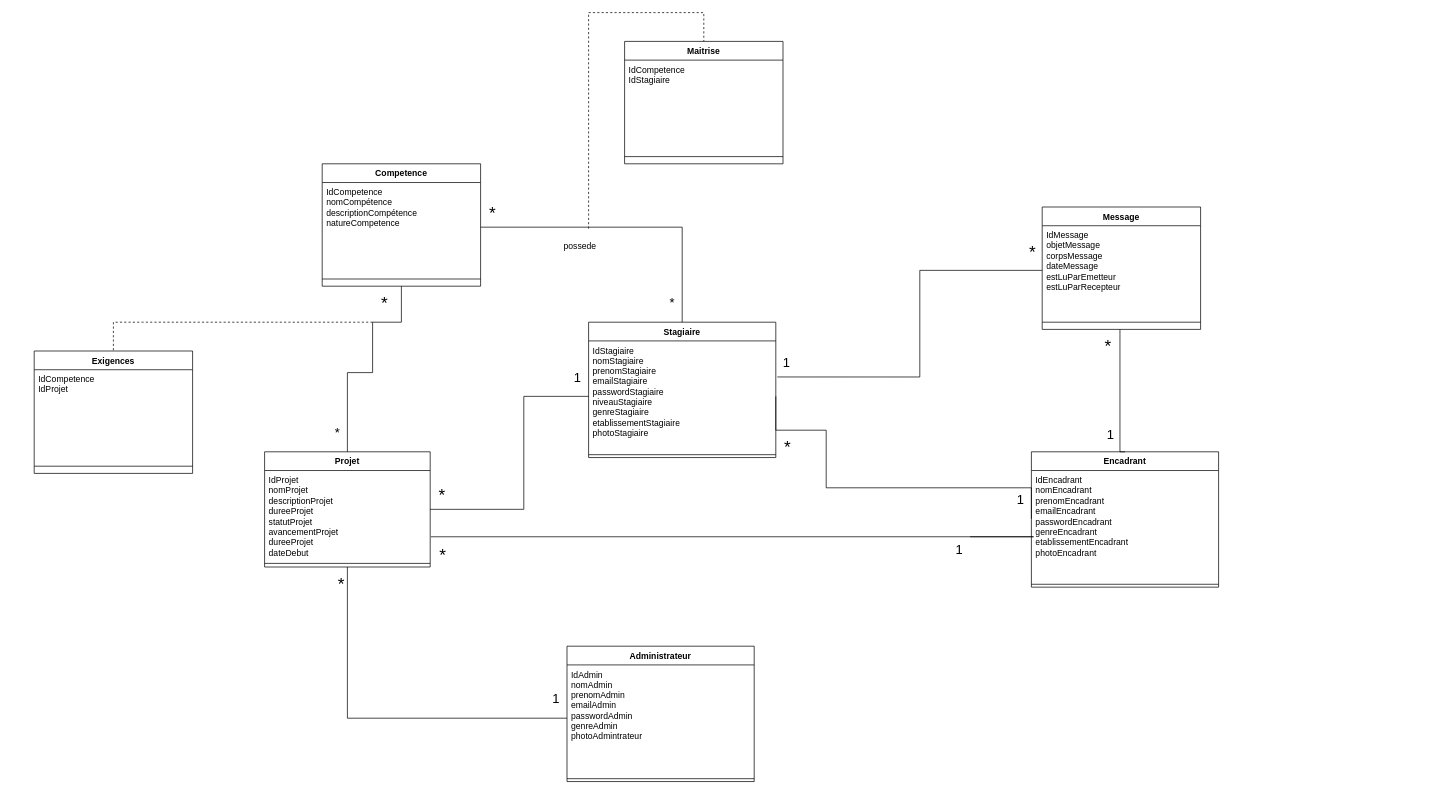
This is digrams/diagramme TT.drawio from mouhebmhd/stageBoard, a draw.io file, before an edit. Source tidied: cells renumbered, new cells numbered last; positions are measured from the earlier drawing's top-left corner, leaving out a move shared by most shapes. Both pictures are drawn from the tidied source at 72%, with x=0, y=0 at pixel (34, 12).
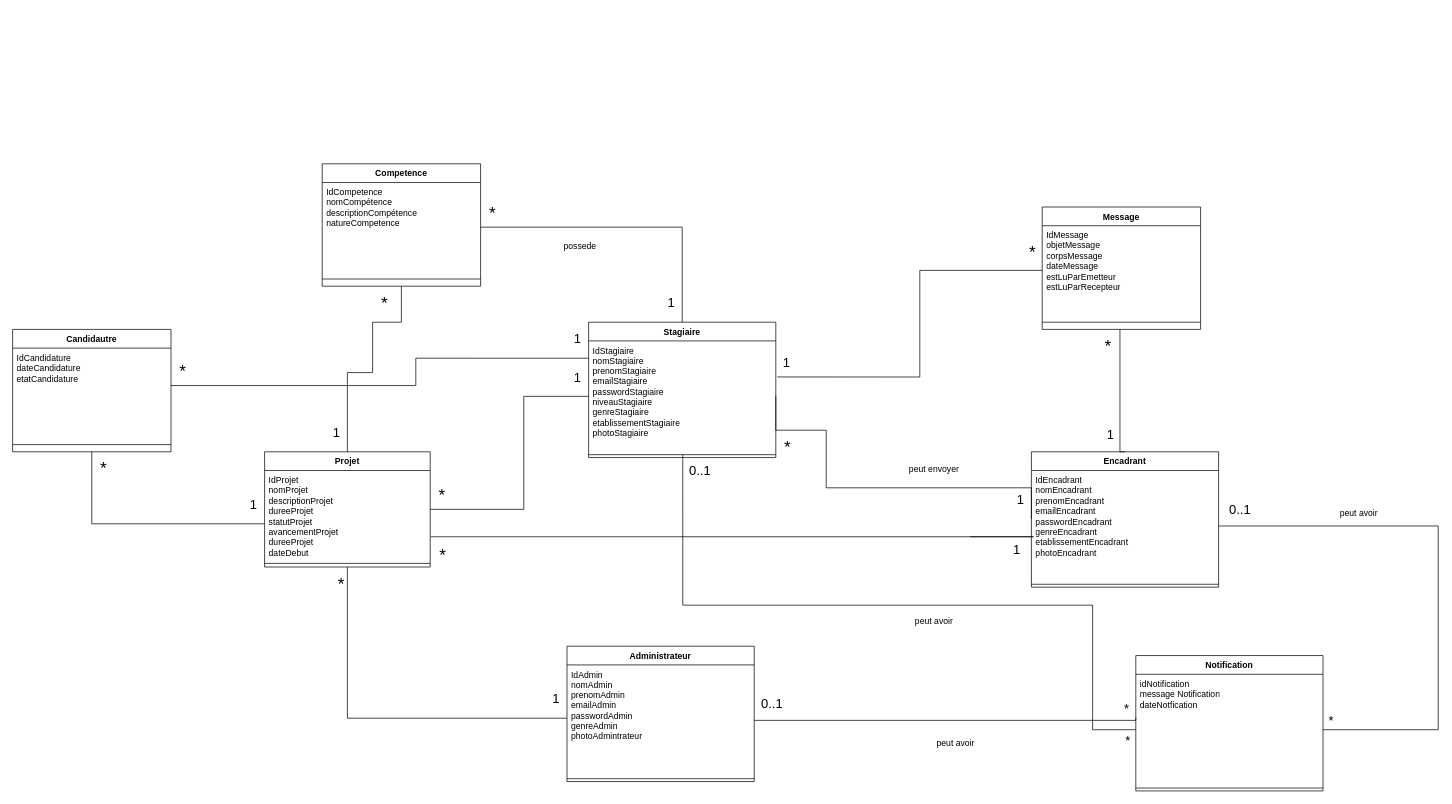
The same page after the edit.

Unchanged cells that the change refers to:
```xml
<mxCell id="3" value="IdStagiaire&lt;br&gt;nomStagiaire&lt;br&gt;prenomStagiaire&lt;br&gt;emailStagiaire&lt;br&gt;passwordStagiaire&lt;br&gt;niveauStagiaire&lt;br&gt;genreStagiaire&lt;br&gt;etablissementStagiaire&lt;br&gt;photoStagiaire&lt;br&gt;&lt;div&gt;&lt;br&gt;&lt;/div&gt;" style="text;strokeColor=none;fillColor=none;align=left;verticalAlign=top;spacingLeft=4;spacingRight=4;overflow=hidden;points=[[0,0.5],[1,0.5]];portConstraint=eastwest;whiteSpace=wrap;html=1;" parent="2" vertex="1">
  <mxGeometry y="26" width="260" height="154" as="geometry" />
</mxCell>
<mxCell id="6" value="IdAdmin&lt;br&gt;nomAdmin&lt;br&gt;prenomAdmin&lt;br&gt;emailAdmin&lt;br&gt;passwordAdmin&lt;br&gt;genreAdmin&lt;div&gt;photoAdmintrateur&lt;/div&gt;" style="text;strokeColor=none;fillColor=none;align=left;verticalAlign=top;spacingLeft=4;spacingRight=4;overflow=hidden;points=[[0,0.5],[1,0.5]];portConstraint=eastwest;whiteSpace=wrap;html=1;" parent="5" vertex="1">
  <mxGeometry y="26" width="260" height="154" as="geometry" />
</mxCell>
<mxCell id="9" value="IdEncadrant&lt;br&gt;nomEncadrant&lt;br&gt;prenomEncadrant&lt;br&gt;emailEncadrant&lt;br&gt;passwordEncadrant&lt;br&gt;genreEncadrant&lt;br&gt;etablissementEncadrant&lt;br&gt;photoEncadrant" style="text;strokeColor=none;fillColor=none;align=left;verticalAlign=top;spacingLeft=4;spacingRight=4;overflow=hidden;points=[[0,0.5],[1,0.5]];portConstraint=eastwest;whiteSpace=wrap;html=1;" parent="8" vertex="1">
  <mxGeometry y="26" width="260" height="154" as="geometry" />
</mxCell>
<mxCell id="29" style="endArrow=none;html=1;edgeStyle=orthogonalEdgeStyle;rounded=0;exitX=1.004;exitY=0.742;exitDx=0;exitDy=0;exitPerimeter=0;" parent="1" edge="1" source="12">
  <mxGeometry relative="1" as="geometry">
    <mxPoint x="1300" y="728" as="targetPoint" />
    <Array as="points">
      <mxPoint x="1388" y="728" />
    </Array>
  </mxGeometry>
</mxCell>
<mxCell id="38" style="endArrow=none;html=1;edgeStyle=orthogonalEdgeStyle;rounded=0;exitX=1;exitY=0.5;exitDx=0;exitDy=0;entryX=0.5;entryY=0;entryDx=0;entryDy=0;" parent="1" edge="1" source="36" target="2">
  <mxGeometry relative="1" as="geometry">
    <Array as="points">
      <mxPoint x="900" y="298" />
    </Array>
  </mxGeometry>
</mxCell>
<mxCell id="42" style="endArrow=none;html=1;edgeStyle=orthogonalEdgeStyle;rounded=0;exitX=0.5;exitY=1;exitDx=0;exitDy=0;entryX=0.5;entryY=0;entryDx=0;entryDy=0;" parent="1" edge="1" source="35" target="11">
  <mxGeometry relative="1" as="geometry">
    <Array as="points">
      <mxPoint x="510" y="430" />
      <mxPoint x="470" y="430" />
      <mxPoint x="470" y="500" />
      <mxPoint x="435" y="500" />
    </Array>
  </mxGeometry>
</mxCell>
```

What changed in the source:
```diff
@@
     <mxCell id="31" value="&lt;font style=&quot;font-size: 18px;&quot;&gt;1&lt;/font&gt;" style="edgeLabel;html=1;align=right;verticalAlign=bottom;" parent="29" vertex="1">
       <mxGeometry x="1" relative="1" as="geometry">
-        <mxPoint x="-10" y="32" as="offset" />
+        <mxPoint x="70" y="32" as="offset" />
       </mxGeometry>
     </mxCell>
@@
-    <mxCell id="40" value="&lt;font style=&quot;font-size: 18px;&quot;&gt;*&lt;/font&gt;" style="edgeLabel;html=1;align=right;verticalAlign=bottom;" parent="38" vertex="1">
+    <mxCell id="40" value="&lt;font style=&quot;font-size: 18px;&quot;&gt;1&lt;/font&gt;" style="edgeLabel;html=1;align=right;verticalAlign=bottom;" parent="38" vertex="1">
       <mxGeometry x="1" relative="1" as="geometry">
         <mxPoint x="-10" y="-13" as="offset" />
       </mxGeometry>
     </mxCell>
@@
-    <mxCell id="44" value="&lt;font style=&quot;font-size: 18px;&quot;&gt;*&lt;/font&gt;" style="edgeLabel;html=1;align=right;verticalAlign=bottom;" parent="42" vertex="1">
+    <mxCell id="44" value="&lt;font style=&quot;font-size: 18px;&quot;&gt;1&lt;/font&gt;" style="edgeLabel;html=1;align=right;verticalAlign=bottom;" parent="42" vertex="1">
       <mxGeometry x="1" relative="1" as="geometry">
         <mxPoint x="-10" y="-13" as="offset" />
       </mxGeometry>
     </mxCell>
-    <mxCell id="45" value="Maitrise" style="swimlane;fontStyle=1;align=center;verticalAlign=top;horizontal=1;startSize=26;whiteSpace=wrap;html=1;" parent="1" vertex="1">
-      <mxGeometry x="820" y="40" width="220" height="170" as="geometry" />
-    </mxCell>
-    <mxCell id="46" value="&lt;div&gt;&lt;span style=&quot;background-color: initial;&quot;&gt;IdCompetence&lt;/span&gt;&lt;/div&gt;&lt;div&gt;&lt;span style=&quot;background-color: initial;&quot;&gt;IdStagiaire&lt;/span&gt;&lt;br&gt;&lt;/div&gt;&lt;div&gt;&lt;br&gt;&lt;/div&gt;&lt;div&gt;&lt;br&gt;&lt;/div&gt;" style="text;strokeColor=none;fillColor=none;align=left;verticalAlign=top;spacingLeft=4;spacingRight=4;overflow=hidden;whiteSpace=wrap;html=1;" parent="45" vertex="1">
-      <mxGeometry y="26" width="220" height="124" as="geometry" />
-    </mxCell>
-    <mxCell id="47" style="line;strokeWidth=1;fillColor=none;align=left;verticalAlign=middle;spacingTop=-1;spacingLeft=3;spacingRight=3;labelPosition=right;strokeColor=inherit;" parent="45" vertex="1">
-      <mxGeometry y="150" width="220" height="20" as="geometry" />
-    </mxCell>
-    <mxCell id="48" style="endArrow=none;dashed=1;html=1;rounded=0;entryX=0.5;entryY=0;entryDx=0;entryDy=0;" parent="1" edge="1" target="45">
-      <mxGeometry relative="1" as="geometry">
-        <mxPoint x="770" y="300" as="sourcePoint" />
-        <Array as="points">
-          <mxPoint x="770" />
-          <mxPoint x="930" />
-        </Array>
-      </mxGeometry>
-    </mxCell>
-    <mxCell id="49" value="Exigences" style="swimlane;fontStyle=1;align=center;verticalAlign=top;horizontal=1;startSize=26;whiteSpace=wrap;html=1;" parent="1" vertex="1">
-      <mxGeometry y="470" width="220" height="170" as="geometry" />
-    </mxCell>
-    <mxCell id="50" value="&lt;div&gt;&lt;span style=&quot;background-color: initial;&quot;&gt;IdCompetence&lt;/span&gt;&lt;/div&gt;&lt;div&gt;&lt;span style=&quot;background-color: initial;&quot;&gt;IdProjet&lt;/span&gt;&lt;br&gt;&lt;/div&gt;&lt;div&gt;&lt;br&gt;&lt;/div&gt;&lt;div&gt;&lt;br&gt;&lt;/div&gt;" style="text;strokeColor=none;fillColor=none;align=left;verticalAlign=top;spacingLeft=4;spacingRight=4;overflow=hidden;whiteSpace=wrap;html=1;" parent="49" vertex="1">
-      <mxGeometry y="26" width="220" height="124" as="geometry" />
-    </mxCell>
-    <mxCell id="51" style="line;strokeWidth=1;fillColor=none;align=left;verticalAlign=middle;spacingTop=-1;spacingLeft=3;spacingRight=3;labelPosition=right;strokeColor=inherit;" parent="49" vertex="1">
-      <mxGeometry y="150" width="220" height="20" as="geometry" />
-    </mxCell>
-    <mxCell id="52" style="endArrow=none;dashed=1;html=1;rounded=0;entryX=0.5;entryY=0;entryDx=0;entryDy=0;" parent="1" edge="1" target="49">
-      <mxGeometry relative="1" as="geometry">
-        <mxPoint x="470" y="430" as="sourcePoint" />
-        <Array as="points">
-          <mxPoint x="150" y="430" />
-          <mxPoint x="110" y="430" />
-        </Array>
-      </mxGeometry>
-    </mxCell>
+    <mxCell id="53" value="peut envoyer" style="text;html=1;align=center;verticalAlign=middle;whiteSpace=wrap;rounded=0;" parent="1" vertex="1">
+      <mxGeometry x="1200" y="620" width="100" height="30" as="geometry" />
+    </mxCell>
+    <mxCell id="54" value="Candidautre" style="swimlane;fontStyle=1;align=center;verticalAlign=top;horizontal=1;startSize=26;whiteSpace=wrap;html=1;" parent="1" vertex="1">
+      <mxGeometry x="-30" y="440" width="220" height="170" as="geometry" />
+    </mxCell>
+    <mxCell id="55" value="&lt;div&gt;&lt;span style=&quot;background-color: initial;&quot;&gt;IdCandidature&lt;/span&gt;&lt;/div&gt;&lt;div&gt;dateCandidature&lt;br&gt;etatCandidature&lt;/div&gt;" style="text;strokeColor=none;fillColor=none;align=left;verticalAlign=top;spacingLeft=4;spacingRight=4;overflow=hidden;whiteSpace=wrap;html=1;" parent="54" vertex="1">
+      <mxGeometry y="26" width="220" height="124" as="geometry" />
+    </mxCell>
+    <mxCell id="56" style="line;strokeWidth=1;fillColor=none;align=left;verticalAlign=middle;spacingTop=-1;spacingLeft=3;spacingRight=3;labelPosition=right;strokeColor=inherit;" parent="54" vertex="1">
+      <mxGeometry y="150" width="220" height="20" as="geometry" />
+    </mxCell>
+    <mxCell id="57" style="endArrow=none;html=1;edgeStyle=orthogonalEdgeStyle;rounded=0;exitX=1;exitY=0.5;exitDx=0;exitDy=0;entryX=0;entryY=0.156;entryDx=0;entryDy=0;entryPerimeter=0;" parent="1" edge="1" target="3">
+      <mxGeometry relative="1" as="geometry">
+        <mxPoint x="190" y="518" as="sourcePoint" />
+        <Array as="points">
+          <mxPoint x="530" y="518" />
+          <mxPoint x="530" y="480" />
+        </Array>
+      </mxGeometry>
+    </mxCell>
+    <mxCell id="58" value="&lt;font style=&quot;font-size: 24px;&quot;&gt;*&lt;/font&gt;" style="edgeLabel;html=1;align=left;verticalAlign=bottom;" parent="57" vertex="1">
+      <mxGeometry x="-1" relative="1" as="geometry">
+        <mxPoint x="10" y="-3" as="offset" />
+      </mxGeometry>
+    </mxCell>
+    <mxCell id="59" value="&lt;font style=&quot;font-size: 18px;&quot;&gt;1&lt;/font&gt;" style="edgeLabel;html=1;align=right;verticalAlign=bottom;" parent="57" vertex="1">
+      <mxGeometry x="1" relative="1" as="geometry">
+        <mxPoint x="-10" y="-13" as="offset" />
+      </mxGeometry>
+    </mxCell>
+    <mxCell id="60" style="endArrow=none;html=1;edgeStyle=orthogonalEdgeStyle;rounded=0;exitX=0.5;exitY=1;exitDx=0;exitDy=0;entryX=0;entryY=0.156;entryDx=0;entryDy=0;entryPerimeter=0;" parent="1" edge="1" source="54">
+      <mxGeometry relative="1" as="geometry">
+        <mxPoint x="320" y="710" as="targetPoint" />
+        <Array as="points">
+          <mxPoint x="80" y="710" />
+        </Array>
+      </mxGeometry>
+    </mxCell>
+    <mxCell id="61" value="&lt;font style=&quot;font-size: 24px;&quot;&gt;*&lt;/font&gt;" style="edgeLabel;html=1;align=left;verticalAlign=bottom;" parent="60" vertex="1">
+      <mxGeometry x="-1" relative="1" as="geometry">
+        <mxPoint x="10" y="40" as="offset" />
+      </mxGeometry>
+    </mxCell>
+    <mxCell id="62" value="&lt;font style=&quot;font-size: 18px;&quot;&gt;1&lt;/font&gt;" style="edgeLabel;html=1;align=right;verticalAlign=bottom;" parent="60" vertex="1">
+      <mxGeometry x="1" relative="1" as="geometry">
+        <mxPoint x="-10" y="-13" as="offset" />
+      </mxGeometry>
+    </mxCell>
+    <mxCell id="63" value="Notification" style="swimlane;fontStyle=1;align=center;verticalAlign=top;horizontal=1;startSize=26;whiteSpace=wrap;html=1;" parent="1" vertex="1">
+      <mxGeometry x="1530" y="893" width="260" height="188" as="geometry" />
+    </mxCell>
+    <mxCell id="64" value="idNotification&lt;div&gt;message Notification&lt;/div&gt;&lt;div&gt;dateNotfication&lt;/div&gt;" style="text;strokeColor=none;fillColor=none;align=left;verticalAlign=top;spacingLeft=4;spacingRight=4;overflow=hidden;points=[[0,0.5],[1,0.5]];portConstraint=eastwest;whiteSpace=wrap;html=1;" parent="63" vertex="1">
+      <mxGeometry y="26" width="260" height="154" as="geometry" />
+    </mxCell>
+    <mxCell id="65" style="line;strokeWidth=1;fillColor=none;align=left;verticalAlign=middle;spacingTop=-1;spacingLeft=3;spacingRight=3;labelPosition=right;strokeColor=inherit;" parent="63" vertex="1">
+      <mxGeometry y="180" width="260" height="8" as="geometry" />
+    </mxCell>
+    <mxCell id="66" style="endArrow=none;html=1;edgeStyle=orthogonalEdgeStyle;rounded=0;entryX=-0.006;entryY=0.329;entryDx=0;entryDy=0;entryPerimeter=0;" parent="1" edge="1" source="6">
+      <mxGeometry relative="1" as="geometry">
+        <mxPoint x="1530" y="979.7" as="targetPoint" />
+        <Array as="points">
+          <mxPoint x="1530" y="983" />
+        </Array>
+      </mxGeometry>
+    </mxCell>
+    <mxCell id="67" value="&lt;span style=&quot;font-size: 18px;&quot;&gt;0..1&lt;/span&gt;" style="edgeLabel;html=1;align=right;verticalAlign=bottom;" parent="1" vertex="1">
+      <mxGeometry x="1040" y="974" as="geometry" />
+    </mxCell>
+    <mxCell id="68" value="&lt;font style=&quot;font-size: 18px;&quot;&gt;*&lt;/font&gt;" style="edgeLabel;html=1;align=right;verticalAlign=bottom;" parent="1" vertex="1">
+      <mxGeometry x="1800" y="987" as="geometry">
+        <mxPoint x="5" y="10" as="offset" />
+      </mxGeometry>
+    </mxCell>
+    <mxCell id="69" style="endArrow=none;html=1;edgeStyle=orthogonalEdgeStyle;rounded=0;entryX=1;entryY=0.5;entryDx=0;entryDy=0;exitX=1;exitY=0.5;exitDx=0;exitDy=0;" parent="1" edge="1" source="9" target="64">
+      <mxGeometry relative="1" as="geometry">
+        <Array as="points">
+          <mxPoint x="1950" y="713" />
+          <mxPoint x="1950" y="996" />
+        </Array>
+      </mxGeometry>
+    </mxCell>
+    <mxCell id="70" value="&lt;font style=&quot;font-size: 18px;&quot;&gt;*&lt;/font&gt;" style="edgeLabel;html=1;align=right;verticalAlign=bottom;" parent="1" vertex="1">
+      <mxGeometry x="1510" y="960" as="geometry">
+        <mxPoint x="11" y="20" as="offset" />
+      </mxGeometry>
+    </mxCell>
+    <mxCell id="71" value="&lt;span style=&quot;font-size: 18px;&quot;&gt;0..1&lt;/span&gt;" style="edgeLabel;html=1;align=right;verticalAlign=bottom;" parent="1" vertex="1">
+      <mxGeometry x="1690" y="704" as="geometry" />
+    </mxCell>
+    <mxCell id="72" style="endArrow=none;html=1;edgeStyle=orthogonalEdgeStyle;rounded=0;entryX=0;entryY=0.5;entryDx=0;entryDy=0;exitX=0.503;exitY=1.026;exitDx=0;exitDy=0;exitPerimeter=0;" parent="1" edge="1" source="3" target="64">
+      <mxGeometry relative="1" as="geometry">
+        <Array as="points">
+          <mxPoint x="901" y="823" />
+          <mxPoint x="1470" y="823" />
+          <mxPoint x="1470" y="996" />
+        </Array>
+      </mxGeometry>
+    </mxCell>
+    <mxCell id="73" value="&lt;font style=&quot;font-size: 18px;&quot;&gt;*&lt;/font&gt;" style="edgeLabel;html=1;align=right;verticalAlign=bottom;" parent="1" vertex="1">
+      <mxGeometry x="1520" y="970" as="geometry">
+        <mxPoint x="3" y="55" as="offset" />
+      </mxGeometry>
+    </mxCell>
+    <mxCell id="74" value="&lt;span style=&quot;font-size: 18px;&quot;&gt;0..1&lt;/span&gt;" style="edgeLabel;html=1;align=right;verticalAlign=bottom;" parent="1" vertex="1">
+      <mxGeometry x="940" y="650" as="geometry" />
+    </mxCell>
+    <mxCell id="75" value="peut avoir" style="text;html=1;align=center;verticalAlign=middle;whiteSpace=wrap;rounded=0;" parent="1" vertex="1">
+      <mxGeometry x="1200" y="830" width="100" height="30" as="geometry" />
+    </mxCell>
+    <mxCell id="76" value="peut avoir" style="text;html=1;align=center;verticalAlign=middle;whiteSpace=wrap;rounded=0;" parent="1" vertex="1">
+      <mxGeometry x="1230" y="1000" width="100" height="30" as="geometry" />
+    </mxCell>
+    <mxCell id="77" value="peut avoir" style="text;html=1;align=center;verticalAlign=middle;whiteSpace=wrap;rounded=0;" parent="1" vertex="1">
+      <mxGeometry x="1790" y="680" width="100" height="30" as="geometry" />
+    </mxCell>
```
